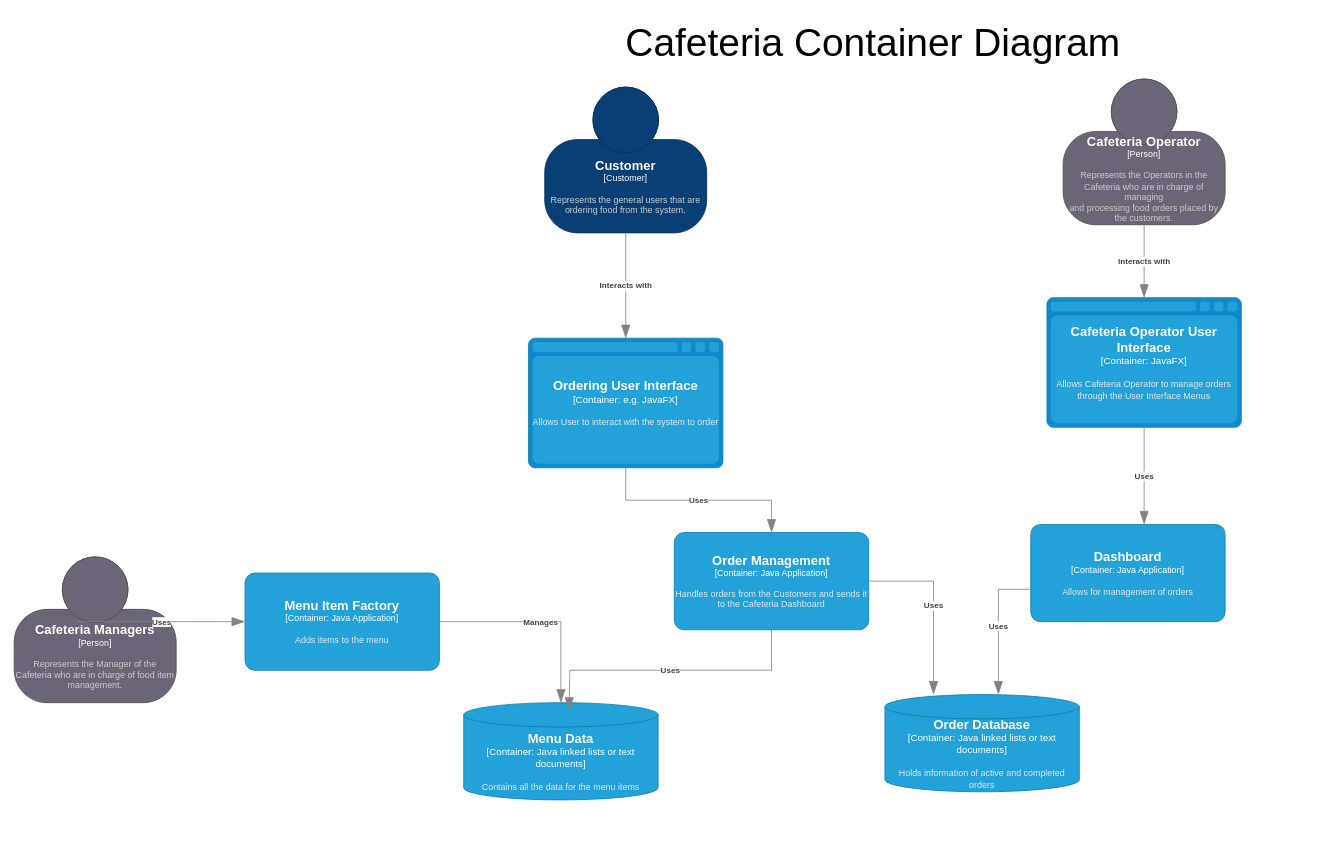
Above: BasicDiagram.drawio in EstevanPerezASU/PsycheSurfaceDataVR (draw.io), before the change. Source tidied: cells renumbered, new cells numbered last; positions are measured from the earlier drawing's top-left corner, leaving out a move shared by most shapes. Both pictures are drawn from the tidied source at 81%, with x=0, y=0 at pixel (14, 14).
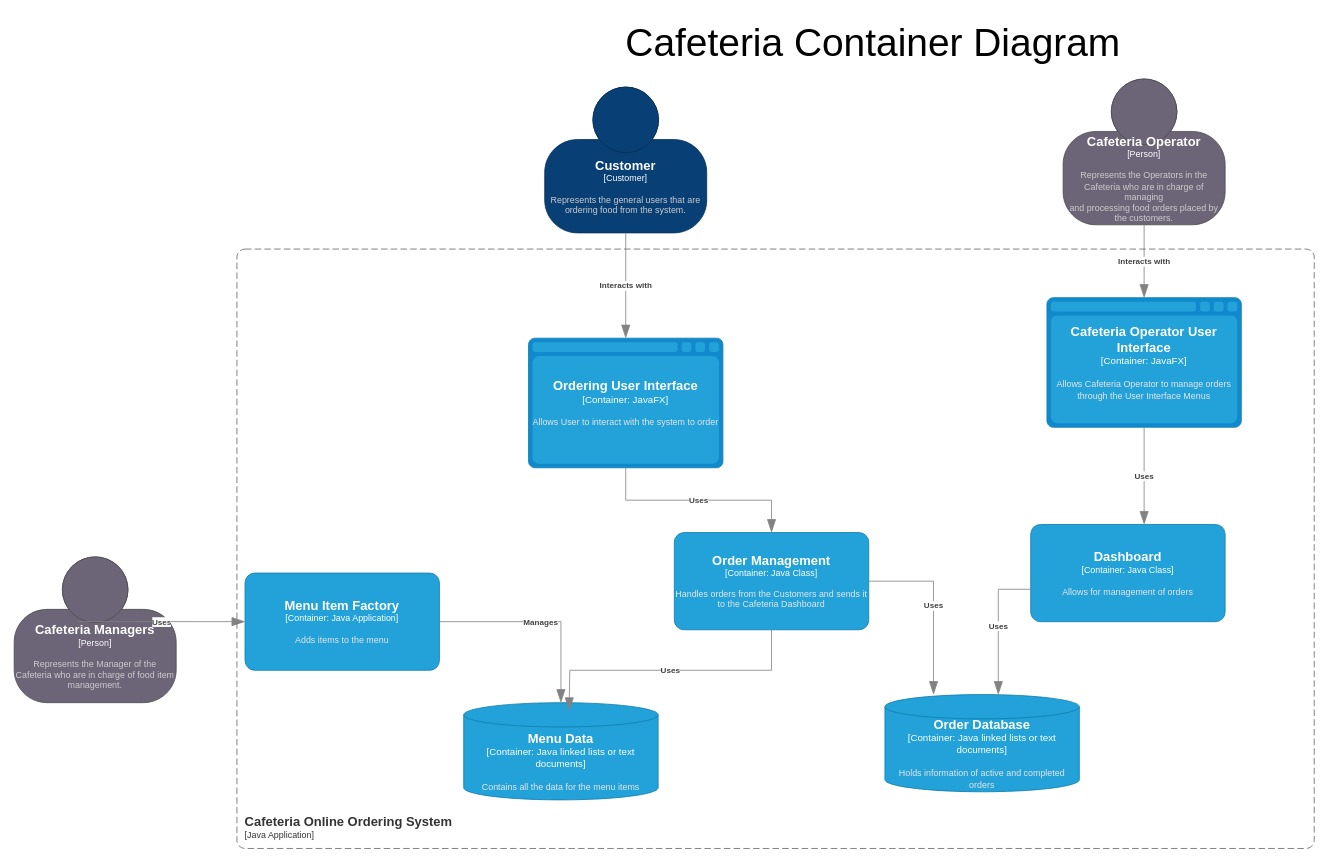
Above is the later version.

Diff of the diagram source:
```diff
@@
-    <object id="3" label="&lt;font style=&quot;font-size: 16px&quot;&gt;&lt;b&gt;%c4Name%&lt;/b&gt;&lt;/font&gt;&lt;div&gt;[%c4Type%:&amp;nbsp;%c4Technology%]&lt;/div&gt;&lt;br&gt;&lt;div&gt;&lt;font style=&quot;font-size: 11px&quot;&gt;&lt;font color=&quot;#E6E6E6&quot;&gt;%c4Description%&lt;/font&gt;&lt;/div&gt;" c4Description="Allows User to interact with the system to order" c4Name="Ordering User Interface" c4Technology="e.g. JavaFX" c4Type="Container" placeholders="1">
+    <object id="3" label="&lt;font style=&quot;font-size: 16px&quot;&gt;&lt;b&gt;%c4Name%&lt;/b&gt;&lt;/font&gt;&lt;div&gt;[%c4Type%:&amp;nbsp;%c4Technology%]&lt;/div&gt;&lt;br&gt;&lt;div&gt;&lt;font style=&quot;font-size: 11px&quot;&gt;&lt;font color=&quot;#E6E6E6&quot;&gt;%c4Description%&lt;/font&gt;&lt;/div&gt;" c4Description="Allows User to interact with the system to order" c4Name="Ordering User Interface" c4Technology="JavaFX" c4Type="Container" placeholders="1">
       <mxCell style="shape=mxgraph.c4.webBrowserContainer2;whiteSpace=wrap;html=1;boundedLbl=1;rounded=0;labelBackgroundColor=none;strokeColor=#118ACD;fillColor=#23A2D9;strokeColor=#118ACD;strokeColor2=#0E7DAD;fontSize=12;fontColor=#ffffff;align=center;points=[[0.5,0,0],[1,0.25,0],[1,0.5,0],[1,0.75,0],[0.5,1,0],[0,0.75,0],[0,0.5,0],[0,0.25,0]];" parent="1" vertex="1">
         <mxGeometry x="635" y="400" width="240" height="160" as="geometry" />
       </mxCell>
     </object>
@@
-    <object id="5" label="&lt;font style=&quot;font-size: 16px&quot;&gt;&lt;b&gt;%c4Name%&lt;/b&gt;&lt;/font&gt;&lt;div&gt;[%c4Type%: %c4Technology%]&lt;/div&gt;&lt;br&gt;&lt;div&gt;&lt;font style=&quot;font-size: 11px&quot;&gt;&lt;font color=&quot;#E6E6E6&quot;&gt;%c4Description%&lt;/font&gt;&lt;/div&gt;" c4Description="Handles orders from the Customers and sends it to the Cafeteria Dashboard" c4Name="Order Management" c4Technology="Java Application" c4Type="Container" placeholders="1">
+    <object id="5" label="&lt;font style=&quot;font-size: 16px&quot;&gt;&lt;b&gt;%c4Name%&lt;/b&gt;&lt;/font&gt;&lt;div&gt;[%c4Type%: %c4Technology%]&lt;/div&gt;&lt;br&gt;&lt;div&gt;&lt;font style=&quot;font-size: 11px&quot;&gt;&lt;font color=&quot;#E6E6E6&quot;&gt;%c4Description%&lt;/font&gt;&lt;/div&gt;" c4Description="Handles orders from the Customers and sends it to the Cafeteria Dashboard" c4Name="Order Management" c4Technology="Java Class" c4Type="Container" placeholders="1">
       <mxCell style="rounded=1;whiteSpace=wrap;html=1;fontSize=11;labelBackgroundColor=none;fillColor=#23A2D9;fontColor=#ffffff;align=center;arcSize=10;strokeColor=#0E7DAD;points=[[0.25,0,0],[0.5,0,0],[0.75,0,0],[1,0.25,0],[1,0.5,0],[1,0.75,0],[0.75,1,0],[0.5,1,0],[0.25,1,0],[0,0.75,0],[0,0.5,0],[0,0.25,0]];" parent="1" vertex="1">
         <mxGeometry x="815" y="640" width="240" height="120" as="geometry" />
       </mxCell>
     </object>
@@
-    <object id="7" label="&lt;font style=&quot;font-size: 16px&quot;&gt;&lt;b&gt;%c4Name%&lt;/b&gt;&lt;/font&gt;&lt;div&gt;[%c4Type%: %c4Technology%]&lt;/div&gt;&lt;br&gt;&lt;div&gt;&lt;font style=&quot;font-size: 11px&quot;&gt;&lt;font color=&quot;#E6E6E6&quot;&gt;%c4Description%&lt;/font&gt;&lt;/div&gt;" c4Description="Allows for management of orders" c4Name="Dashboard" c4Technology="Java Application" c4Type="Container" placeholders="1">
+    <object id="7" label="&lt;font style=&quot;font-size: 16px&quot;&gt;&lt;b&gt;%c4Name%&lt;/b&gt;&lt;/font&gt;&lt;div&gt;[%c4Type%: %c4Technology%]&lt;/div&gt;&lt;br&gt;&lt;div&gt;&lt;font style=&quot;font-size: 11px&quot;&gt;&lt;font color=&quot;#E6E6E6&quot;&gt;%c4Description%&lt;/font&gt;&lt;/div&gt;" c4Description="Allows for management of orders" c4Name="Dashboard" c4Technology="Java Class" c4Type="Container" placeholders="1">
       <mxCell style="rounded=1;whiteSpace=wrap;html=1;fontSize=11;labelBackgroundColor=none;fillColor=#23A2D9;fontColor=#ffffff;align=center;arcSize=10;strokeColor=#0E7DAD;points=[[0.25,0,0],[0.5,0,0],[0.75,0,0],[1,0.25,0],[1,0.5,0],[1,0.75,0],[0.75,1,0],[0.5,1,0],[0.25,1,0],[0,0.75,0],[0,0.5,0],[0,0.25,0]];" parent="1" vertex="1">
         <mxGeometry x="1255" y="630" width="240" height="120" as="geometry" />
       </mxCell>
     </object>
@@
+    <object id="22" label="&lt;font style=&quot;font-size: 16px&quot;&gt;&lt;b&gt;&lt;div style=&quot;text-align: left&quot;&gt;%c4Name%&lt;/div&gt;&lt;/b&gt;&lt;/font&gt;&lt;div style=&quot;text-align: left&quot;&gt;[%c4Application%]&lt;/div&gt;" c4Application="Java Application" c4Name="Cafeteria Online Ordering System" placeholders="1">
+      <mxCell style="rounded=1;fontSize=11;whiteSpace=wrap;html=1;dashed=1;arcSize=20;fillColor=none;strokeColor=#666666;fontColor=#333333;labelBackgroundColor=none;align=left;verticalAlign=bottom;labelBorderColor=none;spacingTop=0;spacing=10;dashPattern=8 4;perimeter=rectanglePerimeter;noLabel=0;labelPadding=0;absoluteArcSize=1;" parent="1" vertex="1">
+        <mxGeometry x="275" y="290" width="1330" height="740" as="geometry" />
+      </mxCell>
+    </object>
```
